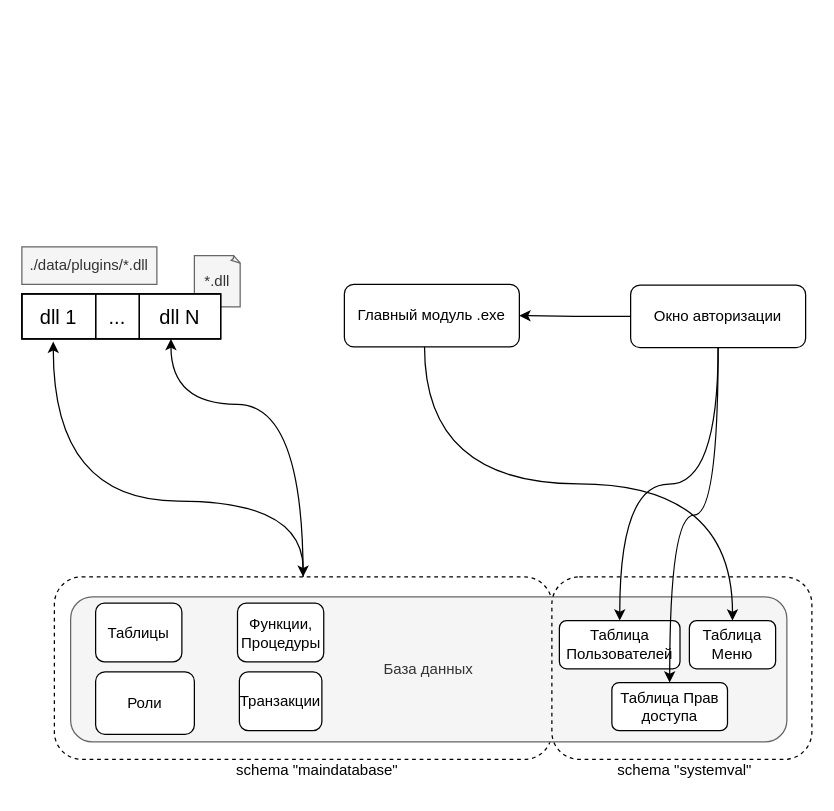
Above: page "Архитектура приложения" (7 of 8) of DB_diagramm.drawio in URETHZ/InfoService_gai (draw.io), before the change. Source tidied: cells renumbered, new cells numbered last; positions are measured from the earlier drawing's top-left corner, leaving out a move shared by most shapes. Both pictures are drawn from the tidied source at 125%, with x=0, y=0 at pixel (21, 246).
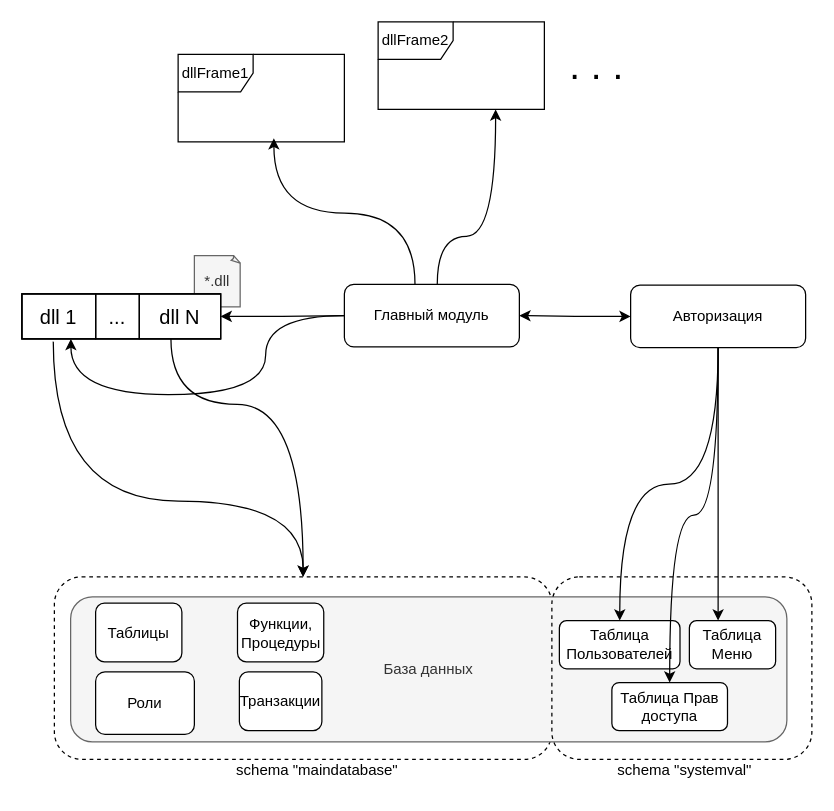
The same page after the edit.

The change refers to these unchanged cells:
```xml
<mxCell id="4" style="rounded=1;whiteSpace=wrap;html=1;roundedPerimeter=1;fillColor=none;dashed=1;" parent="1" vertex="1">
  <mxGeometry x="26" y="264" width="398" height="146" as="geometry" />
</mxCell>
<mxCell id="6" style="shape=table;tableRender=collapsed;startSize=0;childLayout=tableLayout;fontSize=16;" parent="1" vertex="1">
  <mxGeometry y="37.6" width="159" height="36" as="geometry" />
</mxCell>
<mxCell id="7" style="shape=tableRow;horizontal=0;startSize=0;swimlaneHead=0;swimlaneBody=0;strokeColor=inherit;fillColor=none;points=[[0,0.5],[1,0.5]];portConstraint=eastwest;fontSize=16;" parent="6" vertex="1">
  <mxGeometry width="159" height="36" as="geometry" />
</mxCell>
<mxCell id="23" value="Таблица Меню" style="rounded=1;whiteSpace=wrap;html=1;roundedPerimeter=1;" parent="1" vertex="1">
  <mxGeometry x="534" y="299" width="69" height="38.5" as="geometry" />
</mxCell>
```

The edit, as a diff of the source:
```diff
@@
-    <mxCell id="3" style="edgeStyle=orthogonalEdgeStyle;rounded=0;jettySize=auto;html=1;entryX=0.75;entryY=1;entryDx=0;entryDy=0;defaultLabelBackgroundColor=page;labelPadding=0 4;curved=1;curveGeometry=1;" parent="1" edge="1" source="4" target="6">
+    <mxCell id="3" style="edgeStyle=orthogonalEdgeStyle;rounded=0;jettySize=auto;html=1;entryX=0.75;entryY=1;entryDx=0;entryDy=0;defaultLabelBackgroundColor=page;labelPadding=0 4;curved=1;curveGeometry=1;endArrow=none;endFill=0;startArrow=classic;startFill=1;" parent="1" edge="1" source="4" target="6">
       <mxGeometry relative="1" as="geometry">
         <Array as="points">
           <mxPoint x="225" y="126" />
           <mxPoint x="119.2" y="126" />
         </Array>
       </mxGeometry>
     </mxCell>
@@
+    <mxCell id="29" style="edgeStyle=orthogonalEdgeStyle;rounded=0;jettySize=auto;html=1;defaultLabelBackgroundColor=page;labelPadding=0 4;curved=1;curveGeometry=1;" parent="1" edge="1" source="5" target="31">
+      <mxGeometry relative="1" as="geometry">
+        <Array as="points">
+          <mxPoint x="332.3" y="-8.5" />
+          <mxPoint x="379" y="-8.5" />
+        </Array>
+      </mxGeometry>
+    </mxCell>
-    <mxCell id="5" value="Главный модуль .exe" style="rounded=1;whiteSpace=wrap;html=1;roundedPerimeter=1;" parent="1" vertex="1">
+    <mxCell id="5" value="Главный модуль" style="rounded=1;whiteSpace=wrap;html=1;roundedPerimeter=1;" parent="1" vertex="1">
       <mxGeometry x="258" y="30" width="140" height="50" as="geometry" />
     </mxCell>
@@
-    <mxCell id="16" style="edgeStyle=orthogonalEdgeStyle;rounded=0;jettySize=auto;html=1;entryX=0.158;entryY=1.061;entryDx=0;entryDy=0;entryPerimeter=0;defaultLabelBackgroundColor=page;labelPadding=0 4;curved=1;curveGeometry=1;endArrow=classic;endFill=1;startArrow=classic;startFill=1;" parent="1" edge="1" source="4" target="6">
+    <mxCell id="16" style="edgeStyle=orthogonalEdgeStyle;rounded=0;jettySize=auto;html=1;entryX=0.158;entryY=1.061;entryDx=0;entryDy=0;entryPerimeter=0;defaultLabelBackgroundColor=page;labelPadding=0 4;curved=1;curveGeometry=1;endArrow=none;endFill=0;startArrow=classic;startFill=1;" parent="1" edge="1" source="4" target="6">
       <mxGeometry relative="1" as="geometry">
         <Array as="points">
           <mxPoint x="225" y="203.3" />
           <mxPoint x="25.1" y="203.3" />
         </Array>
       </mxGeometry>
     </mxCell>
@@
-    <mxCell id="18" style="edgeStyle=orthogonalEdgeStyle;rounded=0;jettySize=auto;html=1;entryX=1;entryY=0.5;entryDx=0;entryDy=0;defaultLabelBackgroundColor=page;labelPadding=0 4;" parent="1" edge="1" source="19" target="5">
+    <mxCell id="18" style="edgeStyle=orthogonalEdgeStyle;rounded=0;jettySize=auto;html=1;entryX=1;entryY=0.5;entryDx=0;entryDy=0;defaultLabelBackgroundColor=page;labelPadding=0 4;startArrow=classic;startFill=1;" parent="1" edge="1" source="19" target="5">
       <mxGeometry relative="1" as="geometry" />
     </mxCell>
-    <mxCell id="19" value="Окно авторизации" style="rounded=1;whiteSpace=wrap;html=1;roundedPerimeter=1;" parent="1" vertex="1">
+    <mxCell id="19" value="Авторизация" style="rounded=1;whiteSpace=wrap;html=1;roundedPerimeter=1;" parent="1" vertex="1">
       <mxGeometry x="487" y="30.6" width="140" height="50" as="geometry" />
     </mxCell>
@@
-    <mxCell id="27" style="edgeStyle=orthogonalEdgeStyle;rounded=0;jettySize=auto;html=1;defaultLabelBackgroundColor=page;labelPadding=0 4;jumpStyle=gap;curved=1;curveGeometry=1;exitX=0.461;exitY=0.965;exitDx=0;exitDy=0;" parent="1" edge="1" source="5" target="23">
-      <mxGeometry relative="1" as="geometry" />
+    <mxCell id="27" style="edgeStyle=orthogonalEdgeStyle;rounded=0;jettySize=auto;html=1;defaultLabelBackgroundColor=page;labelPadding=0 4;jumpStyle=gap;curved=1;curveGeometry=1;exitX=0.5;exitY=1;exitDx=0;exitDy=0;" parent="1" edge="1" source="19" target="23">
+      <mxGeometry relative="1" as="geometry">
+        <Array as="points">
+          <mxPoint x="557" y="209.7" />
+          <mxPoint x="557" y="209.7" />
+        </Array>
+      </mxGeometry>
     </mxCell>
-    <mxCell id="28" value="./data/plugins/*.dll" style="rounded=0;whiteSpace=wrap;html=1;fillColor=#f5f5f5;fontColor=#333333;strokeColor=#666666;" parent="1" vertex="1">
-      <mxGeometry width="108" height="30" as="geometry" />
-    </mxCell>
+    <mxCell id="30" value="dllFrame1" style="shape=umlFrame;whiteSpace=wrap;html=1;" parent="1" vertex="1">
+      <mxGeometry x="125" y="-154" width="133" height="70" as="geometry" />
+    </mxCell>
+    <mxCell id="31" value="dllFrame2" style="shape=umlFrame;whiteSpace=wrap;html=1;" parent="1" vertex="1">
+      <mxGeometry x="285" y="-180" width="133" height="70" as="geometry" />
+    </mxCell>
+    <mxCell id="32" value="&lt;font style=&quot;font-size: 31px;&quot;&gt;. . .&lt;/font&gt;" style="text;html=1;whiteSpace=wrap;strokeColor=none;fillColor=none;align=center;verticalAlign=middle;rounded=0;" parent="1" vertex="1">
+      <mxGeometry x="430" y="-160" width="60" height="30" as="geometry" />
+    </mxCell>
+    <mxCell id="33" style="edgeStyle=orthogonalEdgeStyle;rounded=0;jettySize=auto;html=1;defaultLabelBackgroundColor=page;labelPadding=0 4;startArrow=classic;startFill=1;endArrow=none;endFill=0;" parent="1" edge="1" source="7" target="5">
+      <mxGeometry relative="1" as="geometry" />
+    </mxCell>
+    <mxCell id="34" style="edgeStyle=orthogonalEdgeStyle;rounded=0;jettySize=auto;html=1;entryX=0;entryY=0.5;entryDx=0;entryDy=0;defaultLabelBackgroundColor=page;labelPadding=0 4;curved=1;curveGeometry=1;jumpStyle=gap;endArrow=none;endFill=0;startArrow=classic;startFill=1;" parent="1" edge="1" source="7" target="5">
+      <mxGeometry x="0.14" relative="1" as="geometry">
+        <Array as="points">
+          <mxPoint x="39.2" y="118.2" />
+          <mxPoint x="195" y="118.2" />
+          <mxPoint x="195" y="55" />
+        </Array>
+      </mxGeometry>
+    </mxCell>
+    <mxCell id="35" style="edgeStyle=orthogonalEdgeStyle;rounded=0;jettySize=auto;html=1;entryX=0.576;entryY=0.959;entryDx=0;entryDy=0;entryPerimeter=0;defaultLabelBackgroundColor=page;labelPadding=0 4;curved=1;curveGeometry=1;" parent="1" edge="1" source="5" target="30">
+      <mxGeometry x="-0.2" relative="1" as="geometry">
+        <Array as="points">
+          <mxPoint x="314.5" y="-27" />
+          <mxPoint x="201.6" y="-27" />
+        </Array>
+      </mxGeometry>
+    </mxCell>
```
